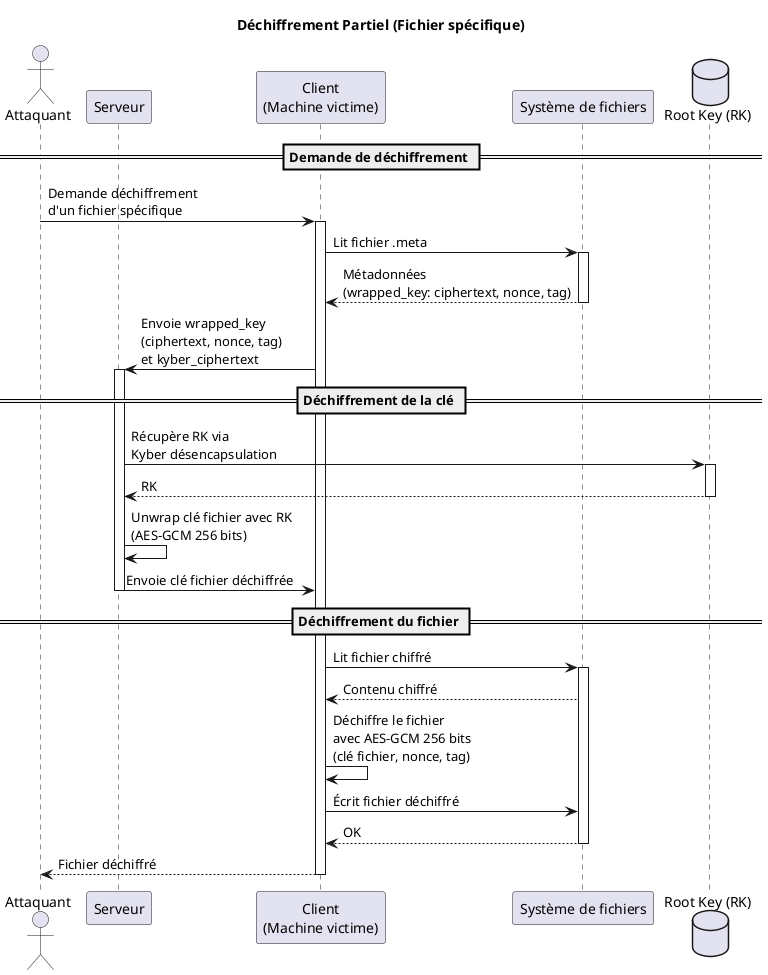
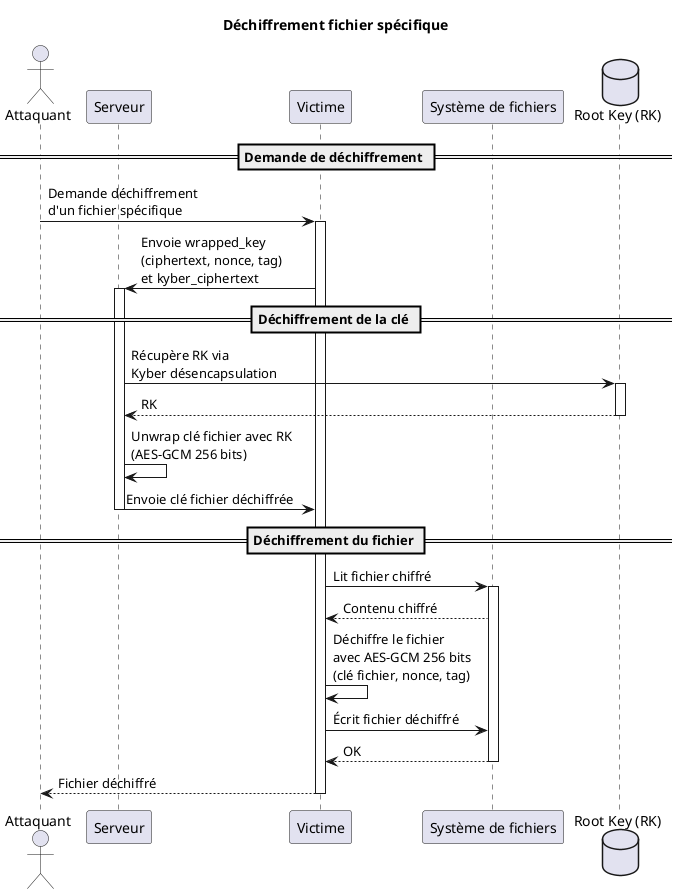
- @startuml Ransomware Architecture - Déchiffrement Partiel
+ @startuml 03-Dechiffrement_Spécifique

- title Déchiffrement Partiel (Fichier spécifique)
+ title Déchiffrement fichier spécifique

actor Attaquant as attacker
participant "Serveur" as server
- participant "Client\n(Machine victime)" as client
+ participant "Victime" as victime
participant "Système de fichiers" as fs
database "Root Key (RK)" as rk

== Demande de déchiffrement ==
- attacker -> client: Demande déchiffrement\nd'un fichier spécifique
- activate client
+ attacker -> victime: Demande déchiffrement\nd'un fichier spécifique
+ activate victime

- client -> fs: Lit fichier .meta
- activate fs
- fs --> client: Métadonnées\n(wrapped_key: ciphertext, nonce, tag)
- deactivate fs

- client -> server: Envoie wrapped_key\n(ciphertext, nonce, tag)\net kyber_ciphertext
+ victime -> server: Envoie wrapped_key\n(ciphertext, nonce, tag)\net kyber_ciphertext
activate server

== Déchiffrement de la clé ==
server -> rk: Récupère RK via\nKyber désencapsulation
activate rk
rk --> server: RK
deactivate rk

server -> server: Unwrap clé fichier avec RK\n(AES-GCM 256 bits)

- server -> client: Envoie clé fichier déchiffrée
+ server -> victime: Envoie clé fichier déchiffrée
deactivate server

== Déchiffrement du fichier ==
- client -> fs: Lit fichier chiffré
+ victime -> fs: Lit fichier chiffré
activate fs
- fs --> client: Contenu chiffré
+ fs --> victime: Contenu chiffré

- client -> client: Déchiffre le fichier\navec AES-GCM 256 bits\n(clé fichier, nonce, tag)
+ victime -> victime: Déchiffre le fichier\navec AES-GCM 256 bits\n(clé fichier, nonce, tag)

- client -> fs: Écrit fichier déchiffré
- fs --> client: OK
+ victime -> fs: Écrit fichier déchiffré
+ fs --> victime: OK
deactivate fs

- client --> attacker: Fichier déchiffré
- deactivate client
+ victime --> attacker: Fichier déchiffré
+ deactivate victime

@enduml
